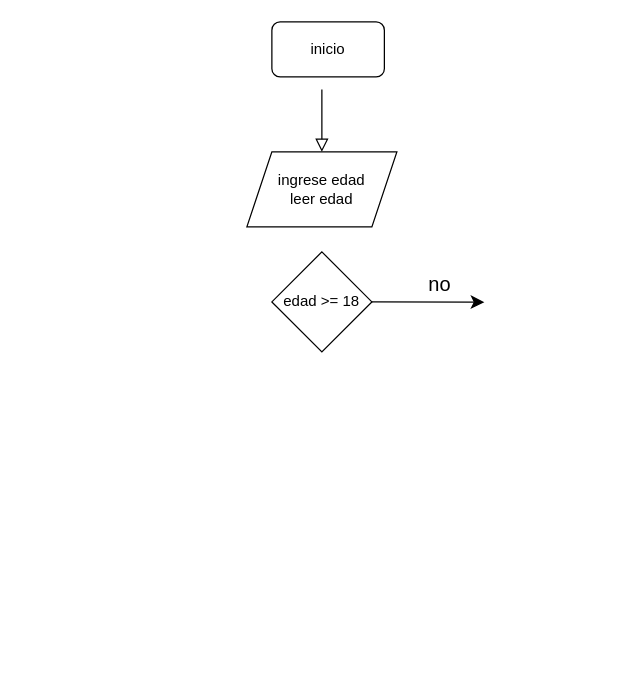
Earlier version of the draw.io diagram Diagrama sin título.drawio (omaryuri9594/algoritmo.github.io). Source tidied: cells renumbered, new cells numbered last; positions are measured from the earlier drawing's top-left corner, leaving out a move shared by most shapes. Both pictures are drawn from the tidied source at 125%, with x=0, y=0 at pixel (246, 21).
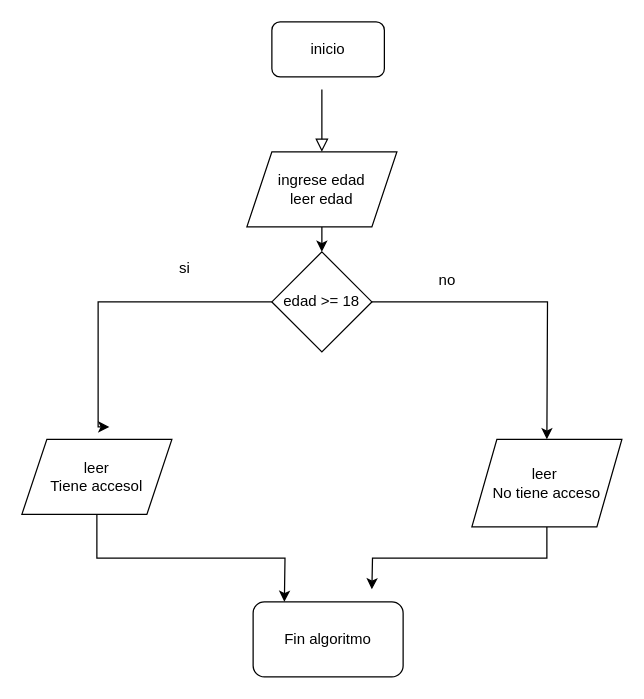
Above is the later version.

Unchanged cells that the change refers to:
```xml
<mxCell id="5" value="ingrese edad&lt;div&gt;leer edad&lt;/div&gt;" style="shape=parallelogram;perimeter=parallelogramPerimeter;whiteSpace=wrap;html=1;fixedSize=1;size=20;" parent="1" vertex="1">
  <mxGeometry y="104" width="120" height="60" as="geometry" />
</mxCell>
<mxCell id="7" value="edad &amp;gt;= 18" style="rhombus;whiteSpace=wrap;html=1;" parent="1" vertex="1">
  <mxGeometry x="20" y="184" width="80" height="80" as="geometry" />
</mxCell>
```

What changed in the source:
```diff
@@
+    <mxCell id="9" style="edgeStyle=orthogonalEdgeStyle;rounded=0;jettySize=auto;html=1;exitX=0.5;exitY=1;exitDx=0;exitDy=0;entryX=0.5;entryY=0;entryDx=0;entryDy=0;" parent="1" edge="1" source="5" target="7">
+      <mxGeometry relative="1" as="geometry" />
+    </mxCell>
@@
-    <mxCell id="6" style="edgeStyle=none;curved=1;rounded=0;jettySize=auto;html=1;exitX=1;exitY=0.5;exitDx=0;exitDy=0;fontSize=12;startSize=8;endSize=8;" parent="1" edge="1" source="7">
-      <mxGeometry relative="1" as="geometry">
-        <mxPoint x="190" y="224.2" as="targetPoint" />
-      </mxGeometry>
-    </mxCell>
+    <mxCell id="10" style="edgeStyle=orthogonalEdgeStyle;rounded=0;jettySize=auto;html=1;exitX=0;exitY=0.5;exitDx=0;exitDy=0;" parent="1" edge="1" source="7">
+      <mxGeometry relative="1" as="geometry">
+        <mxPoint x="-110" y="324" as="targetPoint" />
+        <Array as="points">
+          <mxPoint x="-119" y="224" />
+        </Array>
+      </mxGeometry>
+    </mxCell>
+    <mxCell id="11" style="edgeStyle=orthogonalEdgeStyle;rounded=0;jettySize=auto;html=1;exitX=1;exitY=0.5;exitDx=0;exitDy=0;" parent="1" edge="1" source="7">
+      <mxGeometry relative="1" as="geometry">
+        <mxPoint x="240" y="334" as="targetPoint" />
+      </mxGeometry>
+    </mxCell>
@@
-    <mxCell id="8" value="no" style="text;html=1;align=center;verticalAlign=middle;strokeColor=none;fillColor=none;fontSize=16;" parent="1" vertex="1">
-      <mxGeometry x="134" y="195" width="40" height="30" as="geometry" />
+    <mxCell id="8" value="no" style="text;html=1;align=center;verticalAlign=middle;strokeColor=none;fillColor=none;" parent="1" vertex="1">
+      <mxGeometry x="140" y="192" width="40" height="30" as="geometry" />
     </mxCell>
+    <mxCell id="12" value="si" style="text;html=1;align=center;verticalAlign=middle;strokeColor=none;fillColor=none;" parent="1" vertex="1">
+      <mxGeometry x="-65" y="182" width="30" height="30" as="geometry" />
+    </mxCell>
+    <mxCell id="13" style="edgeStyle=orthogonalEdgeStyle;rounded=0;jettySize=auto;html=1;exitX=0.5;exitY=1;exitDx=0;exitDy=0;" parent="1" edge="1" source="14">
+      <mxGeometry relative="1" as="geometry">
+        <mxPoint x="30" y="464" as="targetPoint" />
+      </mxGeometry>
+    </mxCell>
+    <mxCell id="14" value="leer&lt;br&gt;Tiene accesol" style="shape=parallelogram;perimeter=parallelogramPerimeter;whiteSpace=wrap;html=1;fixedSize=1;" parent="1" vertex="1">
+      <mxGeometry x="-180" y="334" width="120" height="60" as="geometry" />
+    </mxCell>
+    <mxCell id="15" style="edgeStyle=orthogonalEdgeStyle;rounded=0;jettySize=auto;html=1;exitX=0.5;exitY=1;exitDx=0;exitDy=0;" parent="1" edge="1" source="16">
+      <mxGeometry relative="1" as="geometry">
+        <mxPoint x="100" y="454" as="targetPoint" />
+      </mxGeometry>
+    </mxCell>
+    <mxCell id="16" value="leer&amp;nbsp;&lt;br&gt;No tiene acceso" style="shape=parallelogram;perimeter=parallelogramPerimeter;whiteSpace=wrap;html=1;fixedSize=1;" parent="1" vertex="1">
+      <mxGeometry x="180" y="334" width="120" height="70" as="geometry" />
+    </mxCell>
+    <mxCell id="17" value="Fin algoritmo" style="rounded=1;whiteSpace=wrap;html=1;" parent="1" vertex="1">
+      <mxGeometry x="5" y="464" width="120" height="60" as="geometry" />
+    </mxCell>
```
